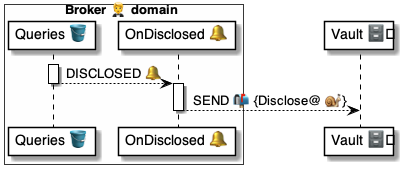
The PlantUML diagram 4 ⚙️ Solution/20 🧑‍🦰 UI/Brokers 🤵/🤵🪣 Broker tables/Queries 💼 table/🪣🔔 70 Disclosed/🤵 OnQueryDisclosed ⚙️ uml.png in pollyweb-org/pollyweb-docs, before a commit. Its source is kept beside it as 4 ⚙️ Solution/20 🧑‍🦰 UI/Brokers 🤵/🤵🪣 Broker tables/Queries 💼 table/🪣🔔 70 Disclosed/🤵 OnQueryDisclosed ⚙️ uml.puml. Source of this version:
```plantuml
@startuml OnQueryDisclosed

box Broker 🤵 domain #FFFFFA
    participant "Queries 🪣" as table
    participant "OnDisclosed 🔔" as handler
end box
participant "Vault 🗄️" as vault

activate table
    table --> handler: DISCLOSED 🔔
deactivate table

activate handler
    handler --> vault: SEND 📬 {Disclose@ 🐌}
deactivate handler

@enduml
```
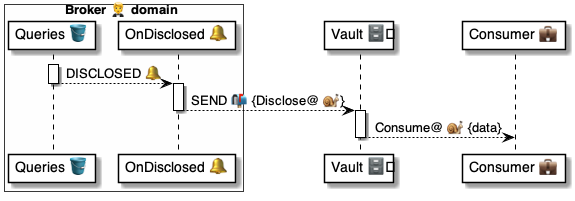
The same file after the commit.

What changed in the source:
```diff
@@ -5,6 +5,7 @@
     participant "OnDisclosed 🔔" as handler
 end box
 participant "Vault 🗄️" as vault
+participant "Consumer 💼" as consumer
 
 activate table
     table --> handler: DISCLOSED 🔔
@@ -14,4 +15,9 @@
     handler --> vault: SEND 📬 {Disclose@ 🐌}
 deactivate handler
 
+activate vault
+    vault --> consumer: Consume@ 🐌 {data}
+deactivate vault
+
+
 @enduml
```
